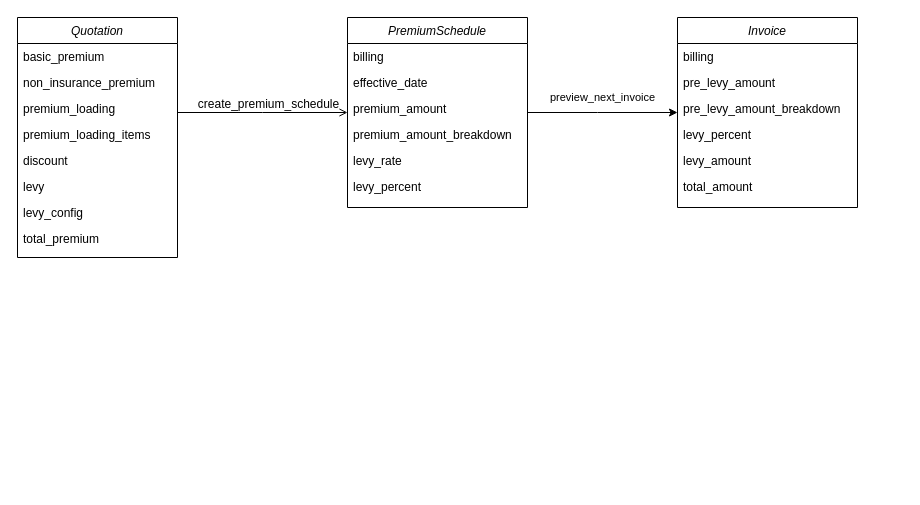
This is payment_dataflow.drawio from marcolcl/drawing, a draw.io file, before an edit. Source tidied: cells renumbered, new cells numbered last; positions are measured from the earlier drawing's top-left corner, leaving out a move shared by most shapes. Both pictures are drawn from the tidied source at 100%, with x=0, y=0 at pixel (17, 17).
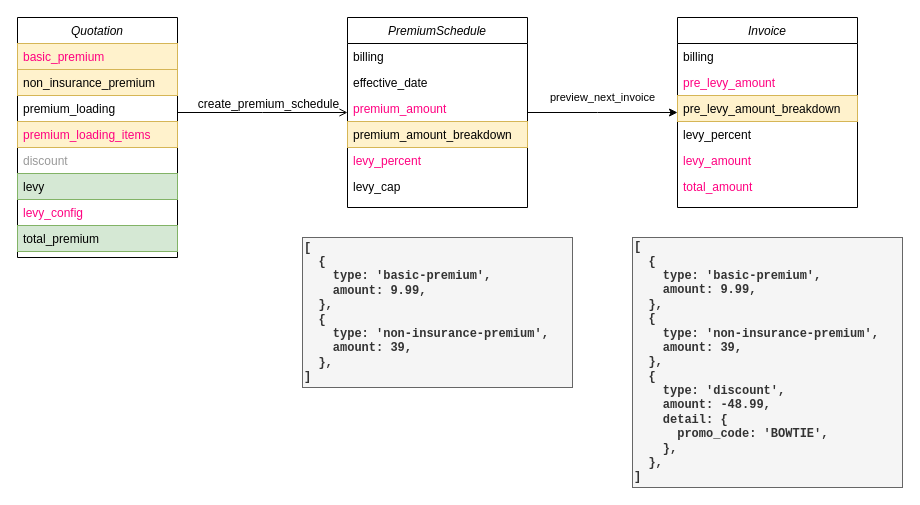
Above is the later version.

The change refers to these unchanged cells:
```xml
<mxCell id="4" value="Quotation" style="swimlane;fontStyle=2;align=center;verticalAlign=top;horizontal=1;startSize=26;rounded=0;shadow=0;strokeWidth=1;" parent="1" vertex="1">
  <mxGeometry width="160" height="240" as="geometry" />
</mxCell>
<mxCell id="14" value="Invoice" style="swimlane;fontStyle=2;align=center;verticalAlign=top;horizontal=1;startSize=26;rounded=0;shadow=0;strokeWidth=1;" parent="1" vertex="1">
  <mxGeometry x="660" width="180" height="190" as="geometry" />
</mxCell>
<mxCell id="21" value="PremiumSchedule" style="swimlane;fontStyle=2;align=center;verticalAlign=top;horizontal=1;startSize=26;rounded=0;shadow=0;strokeWidth=1;" parent="1" vertex="1">
  <mxGeometry x="330" width="180" height="190" as="geometry" />
</mxCell>
```

The edit, as a diff of the source:
```diff
@@
-    <mxCell id="5" value="basic_premium" style="text;align=left;verticalAlign=top;spacingLeft=4;spacingRight=4;overflow=hidden;" parent="4" vertex="1">
+    <mxCell id="5" value="basic_premium" style="text;align=left;verticalAlign=top;spacingLeft=4;spacingRight=4;overflow=hidden;fillColor=#fff2cc;strokeColor=#d6b656;fontColor=#FF0080;" parent="4" vertex="1">
       <mxGeometry y="26" width="160" height="26" as="geometry" />
     </mxCell>
-    <mxCell id="6" value="non_insurance_premium" style="text;align=left;verticalAlign=top;spacingLeft=4;spacingRight=4;overflow=hidden;rounded=0;shadow=0;html=0;" parent="4" vertex="1">
+    <mxCell id="6" value="non_insurance_premium" style="text;align=left;verticalAlign=top;spacingLeft=4;spacingRight=4;overflow=hidden;rounded=0;shadow=0;html=0;fillColor=#fff2cc;strokeColor=#d6b656;" parent="4" vertex="1">
       <mxGeometry y="52" width="160" height="26" as="geometry" />
     </mxCell>
@@
-    <mxCell id="8" value="premium_loading_items" style="text;align=left;verticalAlign=top;spacingLeft=4;spacingRight=4;overflow=hidden;rounded=0;shadow=0;html=0;" parent="4" vertex="1">
+    <mxCell id="8" value="premium_loading_items" style="text;align=left;verticalAlign=top;spacingLeft=4;spacingRight=4;overflow=hidden;rounded=0;shadow=0;html=0;fillColor=#fff2cc;strokeColor=#d6b656;fontColor=#FF0080;" parent="4" vertex="1">
       <mxGeometry y="104" width="160" height="26" as="geometry" />
     </mxCell>
-    <mxCell id="9" value="discount" style="text;align=left;verticalAlign=top;spacingLeft=4;spacingRight=4;overflow=hidden;rounded=0;shadow=0;html=0;" parent="4" vertex="1">
+    <mxCell id="9" value="discount" style="text;align=left;verticalAlign=top;spacingLeft=4;spacingRight=4;overflow=hidden;rounded=0;shadow=0;fontStyle=0;fontColor=#999999;" parent="4" vertex="1">
       <mxGeometry y="130" width="160" height="26" as="geometry" />
     </mxCell>
-    <mxCell id="10" value="levy" style="text;align=left;verticalAlign=top;spacingLeft=4;spacingRight=4;overflow=hidden;rounded=0;shadow=0;html=0;" parent="4" vertex="1">
+    <mxCell id="10" value="levy" style="text;align=left;verticalAlign=top;spacingLeft=4;spacingRight=4;overflow=hidden;rounded=0;shadow=0;fillColor=#d5e8d4;strokeColor=#82b366;" parent="4" vertex="1">
       <mxGeometry y="156" width="160" height="26" as="geometry" />
     </mxCell>
-    <mxCell id="11" value="levy_config" style="text;align=left;verticalAlign=top;spacingLeft=4;spacingRight=4;overflow=hidden;rounded=0;shadow=0;html=0;" parent="4" vertex="1">
+    <mxCell id="11" value="levy_config" style="text;align=left;verticalAlign=top;spacingLeft=4;spacingRight=4;overflow=hidden;rounded=0;shadow=0;html=0;fontColor=#FF0080;" parent="4" vertex="1">
       <mxGeometry y="182" width="160" height="26" as="geometry" />
     </mxCell>
-    <mxCell id="12" value="total_premium" style="text;align=left;verticalAlign=top;spacingLeft=4;spacingRight=4;overflow=hidden;rounded=0;shadow=0;html=0;" parent="4" vertex="1">
+    <mxCell id="12" value="total_premium" style="text;align=left;verticalAlign=top;spacingLeft=4;spacingRight=4;overflow=hidden;rounded=0;shadow=0;html=0;fillColor=#d5e8d4;strokeColor=#82b366;" parent="4" vertex="1">
       <mxGeometry y="208" width="160" height="26" as="geometry" />
     </mxCell>
@@
-    <mxCell id="16" value="pre_levy_amount" style="text;align=left;verticalAlign=top;spacingLeft=4;spacingRight=4;overflow=hidden;rounded=0;shadow=0;html=0;" parent="14" vertex="1">
+    <mxCell id="16" value="pre_levy_amount" style="text;align=left;verticalAlign=top;spacingLeft=4;spacingRight=4;overflow=hidden;rounded=0;shadow=0;html=0;fontColor=#FF0080;" parent="14" vertex="1">
       <mxGeometry y="52" width="180" height="26" as="geometry" />
     </mxCell>
-    <mxCell id="17" value="pre_levy_amount_breakdown" style="text;align=left;verticalAlign=top;spacingLeft=4;spacingRight=4;overflow=hidden;rounded=0;shadow=0;html=0;" parent="14" vertex="1">
+    <mxCell id="17" value="pre_levy_amount_breakdown" style="text;align=left;verticalAlign=top;spacingLeft=4;spacingRight=4;overflow=hidden;rounded=0;shadow=0;html=0;fillColor=#fff2cc;strokeColor=#d6b656;" parent="14" vertex="1">
       <mxGeometry y="78" width="180" height="26" as="geometry" />
     </mxCell>
@@
-    <mxCell id="19" value="levy_amount" style="text;align=left;verticalAlign=top;spacingLeft=4;spacingRight=4;overflow=hidden;rounded=0;shadow=0;html=0;" parent="14" vertex="1">
+    <mxCell id="19" value="levy_amount" style="text;align=left;verticalAlign=top;spacingLeft=4;spacingRight=4;overflow=hidden;rounded=0;shadow=0;html=0;fontColor=#FF0080;" parent="14" vertex="1">
       <mxGeometry y="130" width="180" height="26" as="geometry" />
     </mxCell>
-    <mxCell id="20" value="total_amount" style="text;align=left;verticalAlign=top;spacingLeft=4;spacingRight=4;overflow=hidden;" parent="14" vertex="1">
+    <mxCell id="20" value="total_amount" style="text;align=left;verticalAlign=top;spacingLeft=4;spacingRight=4;overflow=hidden;fontColor=#FF0080;" parent="14" vertex="1">
       <mxGeometry y="156" width="180" height="26" as="geometry" />
     </mxCell>
@@
-    <mxCell id="24" value="premium_amount" style="text;align=left;verticalAlign=top;spacingLeft=4;spacingRight=4;overflow=hidden;rounded=0;shadow=0;html=0;" parent="21" vertex="1">
+    <mxCell id="24" value="premium_amount" style="text;align=left;verticalAlign=top;spacingLeft=4;spacingRight=4;overflow=hidden;rounded=0;shadow=0;html=0;fontColor=#FF0080;" parent="21" vertex="1">
       <mxGeometry y="78" width="180" height="26" as="geometry" />
     </mxCell>
-    <mxCell id="25" value="premium_amount_breakdown" style="text;align=left;verticalAlign=top;spacingLeft=4;spacingRight=4;overflow=hidden;rounded=0;shadow=0;html=0;" parent="21" vertex="1">
+    <mxCell id="25" value="premium_amount_breakdown" style="text;align=left;verticalAlign=top;spacingLeft=4;spacingRight=4;overflow=hidden;rounded=0;shadow=0;html=0;fillColor=#fff2cc;strokeColor=#d6b656;" parent="21" vertex="1">
       <mxGeometry y="104" width="180" height="26" as="geometry" />
     </mxCell>
-    <mxCell id="26" value="levy_rate" style="text;align=left;verticalAlign=top;spacingLeft=4;spacingRight=4;overflow=hidden;rounded=0;shadow=0;html=0;" parent="21" vertex="1">
+    <mxCell id="26" value="levy_percent" style="text;align=left;verticalAlign=top;spacingLeft=4;spacingRight=4;overflow=hidden;rounded=0;shadow=0;html=0;fontColor=#FF0080;" parent="21" vertex="1">
       <mxGeometry y="130" width="180" height="26" as="geometry" />
     </mxCell>
-    <mxCell id="27" value="levy_percent" style="text;align=left;verticalAlign=top;spacingLeft=4;spacingRight=4;overflow=hidden;" parent="21" vertex="1">
+    <mxCell id="27" value="levy_cap" style="text;align=left;verticalAlign=top;spacingLeft=4;spacingRight=4;overflow=hidden;" parent="21" vertex="1">
       <mxGeometry y="156" width="180" height="26" as="geometry" />
     </mxCell>
+    <mxCell id="28" value="[&lt;br&gt;&amp;nbsp; {&lt;br&gt;&amp;nbsp; &amp;nbsp; type: 'basic-premium',&lt;br&gt;&amp;nbsp; &amp;nbsp; amount: 9.99,&lt;br&gt;&amp;nbsp; },&lt;br&gt;&amp;nbsp; {&lt;br&gt;&amp;nbsp; &amp;nbsp; type: 'non-insurance-premium',&lt;br&gt;&amp;nbsp; &amp;nbsp; amount: 39,&lt;br&gt;&amp;nbsp; },&lt;br&gt;]" style="text;html=1;strokeColor=#666666;fillColor=#f5f5f5;align=left;verticalAlign=middle;whiteSpace=wrap;rounded=0;fontFamily=Courier New;fontStyle=1;fontColor=#333333;" parent="1" vertex="1">
+      <mxGeometry x="285" y="220" width="270" height="150" as="geometry" />
+    </mxCell>
+    <mxCell id="29" value="[&lt;br&gt;&amp;nbsp; {&lt;br&gt;&amp;nbsp; &amp;nbsp; type: 'basic-premium',&lt;br&gt;&amp;nbsp; &amp;nbsp; amount: 9.99,&lt;br&gt;&amp;nbsp; },&lt;br&gt;&amp;nbsp; {&lt;br&gt;&amp;nbsp; &amp;nbsp; type: 'non-insurance-premium',&lt;br&gt;&amp;nbsp; &amp;nbsp; amount: 39,&lt;br&gt;&amp;nbsp; },&lt;br&gt;&amp;nbsp; {&lt;br&gt;&amp;nbsp; &amp;nbsp; type: 'discount',&lt;br&gt;&amp;nbsp; &amp;nbsp; amount: -48.99,&lt;br&gt;&amp;nbsp; &amp;nbsp; detail: {&lt;br&gt;&amp;nbsp; &amp;nbsp; &amp;nbsp; promo_code: 'BOWTIE',&lt;br&gt;&amp;nbsp; &amp;nbsp; },&lt;br&gt;&amp;nbsp; },&lt;br&gt;]" style="text;html=1;strokeColor=#666666;fillColor=#f5f5f5;align=left;verticalAlign=middle;whiteSpace=wrap;rounded=0;fontFamily=Courier New;fontStyle=1;fontColor=#333333;" parent="1" vertex="1">
+      <mxGeometry x="615" y="220" width="270" height="250" as="geometry" />
+    </mxCell>
```
